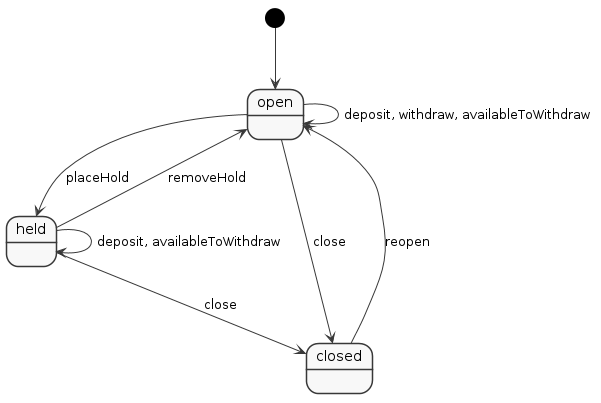
Above: images/diagram.png in richardTowers/java-statechart (PlantUML), before the change.
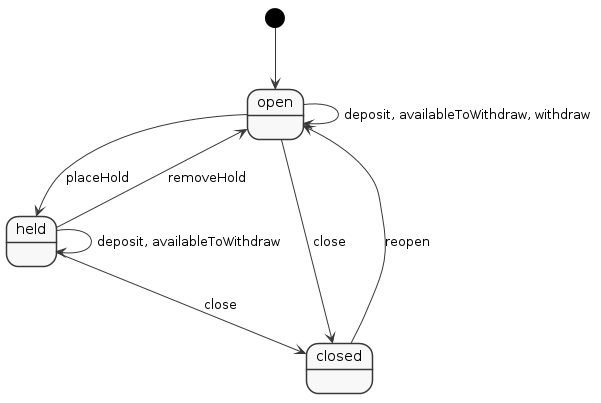
The same file after the commit.

What changed in the source:
```diff
@@ -8,5 +8,5 @@
 closed --> open: reopen
 open --> held: placeHold
 open --> closed: close
-open --> open: deposit, withdraw, availableToWithdraw
+open --> open: deposit, availableToWithdraw, withdraw
 @enduml
```
